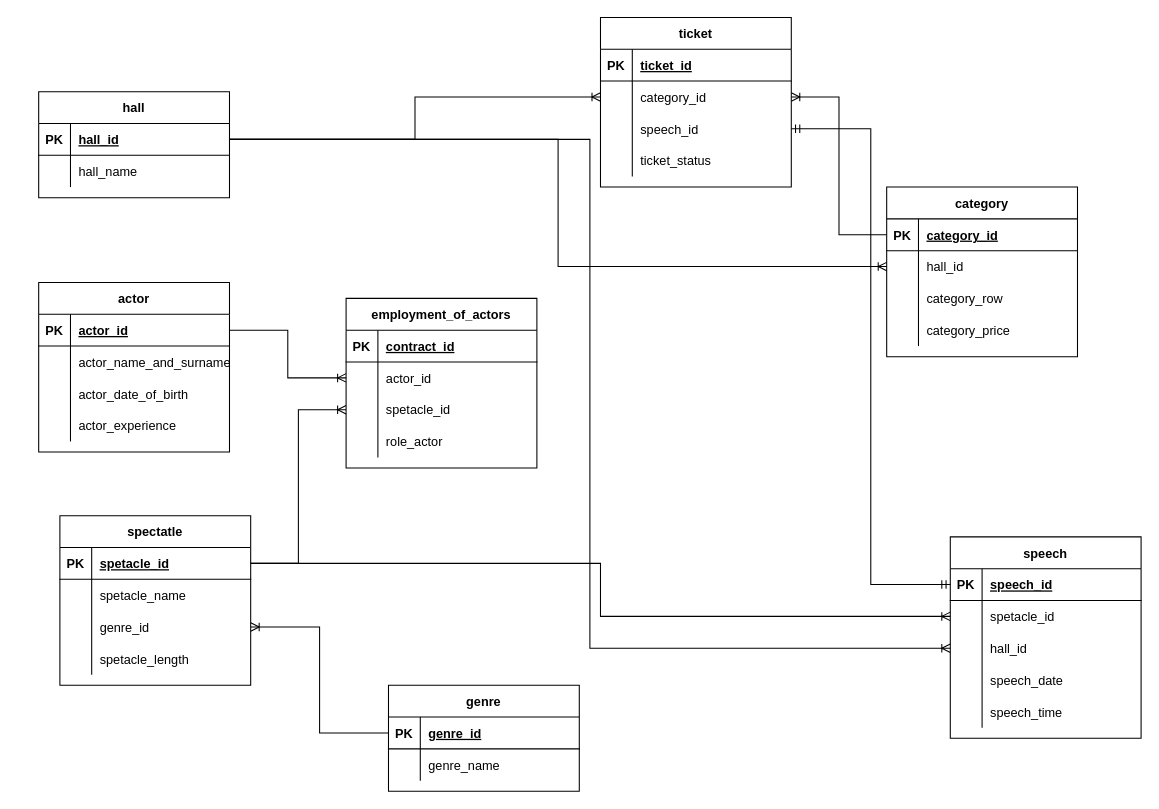
Above: page "Страница 1" (1 of 2) of scheme data base/База данных театра.drawio in MakarovIS/Data-base (draw.io), before the change. Source tidied: cells renumbered, new cells numbered last; positions are measured from the earlier drawing's top-left corner, leaving out a move shared by most shapes. Both pictures are drawn from the tidied source at 106%, with x=0, y=0 at pixel (38, 17).
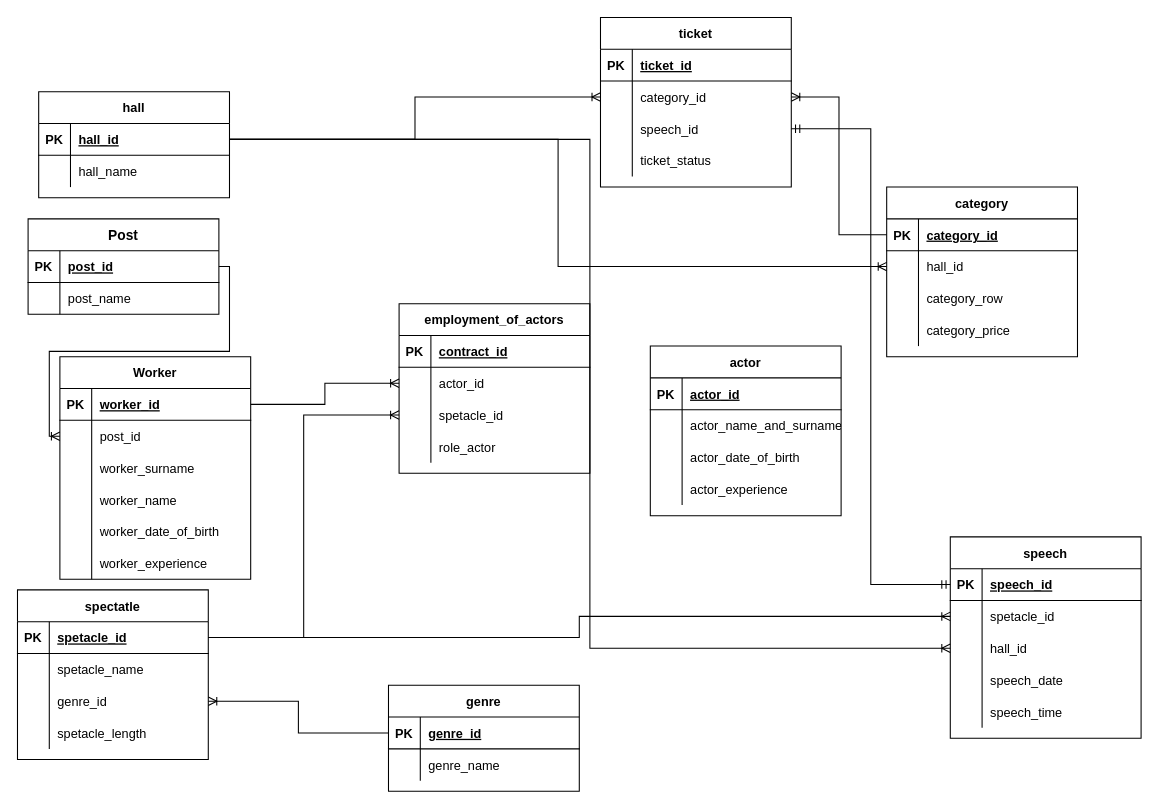
Above is the later version.

Unchanged cells that the change refers to:
```xml
<mxCell id="3" style="shape=tableRow;horizontal=0;startSize=0;swimlaneHead=0;swimlaneBody=0;fillColor=none;points=[[0,0.5],[1,0.5]];portConstraint=eastwest;top=0;left=0;right=0;bottom=1;" parent="2" vertex="1">
  <mxGeometry y="30" width="180" height="30" as="geometry" />
</mxCell>
<mxCell id="19" style="shape=tableRow;horizontal=0;startSize=0;swimlaneHead=0;swimlaneBody=0;fillColor=none;points=[[0,0.5],[1,0.5]];portConstraint=eastwest;top=0;left=0;right=0;bottom=0;" parent="15" vertex="1">
  <mxGeometry y="60" width="180" height="30" as="geometry" />
</mxCell>
```

Diff of the diagram source:
```diff
@@
     <mxCell id="2" value="actor" style="shape=table;startSize=30;childLayout=tableLayout;rowLines=0;fontStyle=1;align=center;" parent="1" vertex="1">
-      <mxGeometry y="250" width="180" height="160" as="geometry" />
+      <mxGeometry x="577" y="310" width="180" height="160" as="geometry" />
     </mxCell>
@@
     <mxCell id="15" value="employment_of_actors" style="shape=table;startSize=30;childLayout=tableLayout;rowLines=0;fontStyle=1;align=center;" parent="1" vertex="1">
-      <mxGeometry x="290" y="265" width="180" height="160" as="geometry" />
+      <mxGeometry x="340" y="270" width="180" height="160" as="geometry" />
     </mxCell>
@@
     <mxCell id="28" value="spectatle" style="shape=table;startSize=30;childLayout=tableLayout;rowLines=0;fontStyle=1;align=center;" parent="1" vertex="1">
-      <mxGeometry x="20" y="470" width="180" height="160" as="geometry" />
+      <mxGeometry x="-20" y="540" width="180" height="160" as="geometry" />
     </mxCell>
@@
-    <mxCell id="62" style="edgeStyle=orthogonalEdgeStyle;fontSize=12;html=1;endArrow=ERoneToMany;rounded=0;exitX=1;exitY=0.5;exitDx=0;exitDy=0;entryX=0;entryY=0.5;entryDx=0;entryDy=0;" parent="1" edge="1" source="3" target="19">
-      <mxGeometry relative="1" as="geometry" />
-    </mxCell>
@@
+    <mxCell id="106" value="Worker" style="shape=table;startSize=30;childLayout=tableLayout;rowLines=0;fontStyle=1;align=center;" parent="1" vertex="1">
+      <mxGeometry x="20" y="320" width="180" height="210" as="geometry" />
+    </mxCell>
+    <mxCell id="107" style="shape=tableRow;horizontal=0;startSize=0;swimlaneHead=0;swimlaneBody=0;fillColor=none;points=[[0,0.5],[1,0.5]];portConstraint=eastwest;top=0;left=0;right=0;bottom=1;" parent="106" vertex="1">
+      <mxGeometry y="30" width="180" height="30" as="geometry" />
+    </mxCell>
+    <mxCell id="108" value="PK" style="shape=partialRectangle;fillColor=none;top=0;left=0;bottom=0;right=0;fontStyle=1;overflow=hidden;" parent="107" vertex="1">
+      <mxGeometry width="30" height="30" as="geometry" />
+    </mxCell>
+    <mxCell id="109" value="worker_id" style="shape=partialRectangle;fillColor=none;top=0;left=0;bottom=0;right=0;align=left;spacingLeft=6;fontStyle=5;overflow=hidden;" parent="107" vertex="1">
+      <mxGeometry x="30" width="150" height="30" as="geometry" />
+    </mxCell>
+    <mxCell id="110" style="shape=tableRow;horizontal=0;startSize=0;swimlaneHead=0;swimlaneBody=0;fillColor=none;points=[[0,0.5],[1,0.5]];portConstraint=eastwest;top=0;left=0;right=0;bottom=0;" parent="106" vertex="1">
+      <mxGeometry y="60" width="180" height="30" as="geometry" />
+    </mxCell>
+    <mxCell id="111" style="shape=partialRectangle;fillColor=none;top=0;left=0;bottom=0;right=0;overflow=hidden;" parent="110" vertex="1">
+      <mxGeometry width="30" height="30" as="geometry" />
+    </mxCell>
+    <mxCell id="112" value="post_id" style="shape=partialRectangle;fillColor=none;top=0;left=0;bottom=0;right=0;align=left;spacingLeft=6;overflow=hidden;" parent="110" vertex="1">
+      <mxGeometry x="30" width="150" height="30" as="geometry" />
+    </mxCell>
+    <mxCell id="113" style="shape=tableRow;horizontal=0;startSize=0;swimlaneHead=0;swimlaneBody=0;fillColor=none;top=0;left=0;right=0;bottom=0;" parent="106" vertex="1">
+      <mxGeometry y="90" width="180" height="30" as="geometry" />
+    </mxCell>
+    <mxCell id="114" style="shape=partialRectangle;fillColor=none;top=0;left=0;bottom=0;right=0;overflow=hidden;" parent="113" vertex="1">
+      <mxGeometry width="30" height="30" as="geometry" />
+    </mxCell>
+    <mxCell id="115" value="worker_surname" style="shape=partialRectangle;fillColor=none;top=0;left=0;bottom=0;right=0;align=left;spacingLeft=6;overflow=hidden;" parent="113" vertex="1">
+      <mxGeometry x="30" width="150" height="30" as="geometry" />
+    </mxCell>
+    <mxCell id="116" style="shape=tableRow;horizontal=0;startSize=0;swimlaneHead=0;swimlaneBody=0;fillColor=none;top=0;left=0;right=0;bottom=0;" parent="106" vertex="1">
+      <mxGeometry y="120" width="180" height="30" as="geometry" />
+    </mxCell>
+    <mxCell id="117" style="shape=partialRectangle;fillColor=none;top=0;left=0;bottom=0;right=0;overflow=hidden;" parent="116" vertex="1">
+      <mxGeometry width="30" height="30" as="geometry" />
+    </mxCell>
+    <mxCell id="118" value="worker_name" style="shape=partialRectangle;fillColor=none;top=0;left=0;bottom=0;right=0;align=left;spacingLeft=6;overflow=hidden;" parent="116" vertex="1">
+      <mxGeometry x="30" width="150" height="30" as="geometry" />
+    </mxCell>
+    <mxCell id="119" style="shape=tableRow;horizontal=0;startSize=0;swimlaneHead=0;swimlaneBody=0;fillColor=none;top=0;left=0;right=0;bottom=0;" parent="106" vertex="1">
+      <mxGeometry y="150" width="180" height="30" as="geometry" />
+    </mxCell>
+    <mxCell id="120" style="shape=partialRectangle;fillColor=none;top=0;left=0;bottom=0;right=0;overflow=hidden;" parent="119" vertex="1">
+      <mxGeometry width="30" height="30" as="geometry" />
+    </mxCell>
+    <mxCell id="121" value="worker_date_of_birth" style="shape=partialRectangle;fillColor=none;top=0;left=0;bottom=0;right=0;align=left;spacingLeft=6;overflow=hidden;" parent="119" vertex="1">
+      <mxGeometry x="30" width="150" height="30" as="geometry" />
+    </mxCell>
+    <mxCell id="122" style="shape=tableRow;horizontal=0;startSize=0;swimlaneHead=0;swimlaneBody=0;fillColor=none;top=0;left=0;right=0;bottom=0;" parent="106" vertex="1">
+      <mxGeometry y="180" width="180" height="30" as="geometry" />
+    </mxCell>
+    <mxCell id="123" style="shape=partialRectangle;fillColor=none;top=0;left=0;bottom=0;right=0;overflow=hidden;" parent="122" vertex="1">
+      <mxGeometry width="30" height="30" as="geometry" />
+    </mxCell>
+    <mxCell id="124" value="worker_experience" style="shape=partialRectangle;fillColor=none;top=0;left=0;bottom=0;right=0;align=left;spacingLeft=6;overflow=hidden;" parent="122" vertex="1">
+      <mxGeometry x="30" width="150" height="30" as="geometry" />
+    </mxCell>
+    <mxCell id="125" value="Post" style="shape=table;startSize=30;childLayout=tableLayout;rowLines=0;fontStyle=1;align=center;fontSize=13;" parent="1" vertex="1">
+      <mxGeometry x="-10" y="190" width="180" height="90" as="geometry" />
+    </mxCell>
+    <mxCell id="126" style="shape=tableRow;horizontal=0;startSize=0;swimlaneHead=0;swimlaneBody=0;fillColor=none;points=[[0,0.5],[1,0.5]];portConstraint=eastwest;top=0;left=0;right=0;bottom=1;" parent="125" vertex="1">
+      <mxGeometry y="30" width="180" height="30" as="geometry" />
+    </mxCell>
+    <mxCell id="127" value="PK" style="shape=partialRectangle;fillColor=none;top=0;left=0;bottom=0;right=0;fontStyle=1;overflow=hidden;" parent="126" vertex="1">
+      <mxGeometry width="30" height="30" as="geometry" />
+    </mxCell>
+    <mxCell id="128" value="post_id" style="shape=partialRectangle;fillColor=none;top=0;left=0;bottom=0;right=0;align=left;spacingLeft=6;fontStyle=5;overflow=hidden;" parent="126" vertex="1">
+      <mxGeometry x="30" width="150" height="30" as="geometry" />
+    </mxCell>
+    <mxCell id="129" style="shape=tableRow;horizontal=0;startSize=0;swimlaneHead=0;swimlaneBody=0;fillColor=none;top=0;left=0;right=0;bottom=0;" parent="125" vertex="1">
+      <mxGeometry y="60" width="180" height="30" as="geometry" />
+    </mxCell>
+    <mxCell id="130" style="shape=partialRectangle;fillColor=none;top=0;left=0;bottom=0;right=0;overflow=hidden;" parent="129" vertex="1">
+      <mxGeometry width="30" height="30" as="geometry" />
+    </mxCell>
+    <mxCell id="131" value="post_name" style="shape=partialRectangle;fillColor=none;top=0;left=0;bottom=0;right=0;align=left;spacingLeft=6;overflow=hidden;" parent="129" vertex="1">
+      <mxGeometry x="30" width="150" height="30" as="geometry" />
+    </mxCell>
+    <mxCell id="132" style="edgeStyle=orthogonalEdgeStyle;fontSize=12;html=1;endArrow=ERoneToMany;rounded=0;exitX=1;exitY=0.5;exitDx=0;exitDy=0;entryX=0;entryY=0.5;entryDx=0;entryDy=0;" parent="1" edge="1" source="126" target="110">
+      <mxGeometry relative="1" as="geometry" />
+    </mxCell>
+    <mxCell id="133" style="edgeStyle=orthogonalEdgeStyle;fontSize=12;html=1;endArrow=ERoneToMany;rounded=0;" parent="1" edge="1" source="107" target="19">
+      <mxGeometry relative="1" as="geometry" />
+    </mxCell>
```
